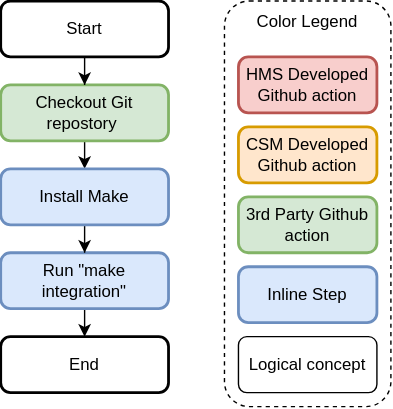
This is docs/run_integration_test/run_integration_tests_job.svg from Cray-HPE/hms-build-image-workflows, a draw.io export, as it was before one commit. Source tidied: cells renumbered, new cells last; positions are measured from the earlier drawing's top-left corner, leaving out a move shared by most shapes.
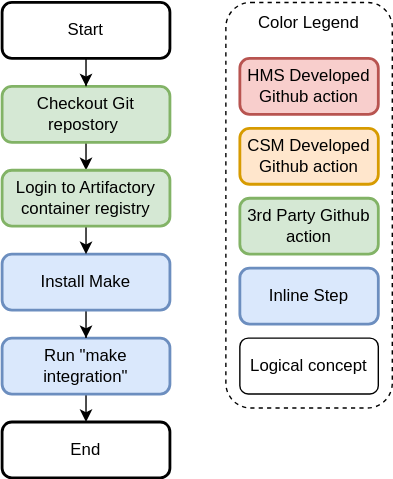
After the change.

What changed in the source:
```diff
@@ -20,16 +20,16 @@
       <mxGeometry relative="1" as="geometry" />
     </mxCell>
     <mxCell id="7" value="Run &quot;make integration&quot;" style="rounded=1;whiteSpace=wrap;html=1;absoluteArcSize=1;arcSize=14;strokeWidth=2;fillColor=#dae8fc;strokeColor=#6c8ebf;" parent="1" vertex="1">
-      <mxGeometry y="180" width="120" height="40" as="geometry" />
+      <mxGeometry y="240" width="120" height="40" as="geometry" />
     </mxCell>
     <mxCell id="8" style="edgeStyle=orthogonalEdgeStyle;rounded=0;jettySize=auto;html=1;exitX=0.5;exitY=1;exitDx=0;exitDy=0;" parent="1" edge="1" source="9" target="7">
       <mxGeometry relative="1" as="geometry" />
     </mxCell>
     <mxCell id="9" value="Install Make" style="rounded=1;whiteSpace=wrap;html=1;absoluteArcSize=1;arcSize=14;strokeWidth=2;fillColor=#dae8fc;strokeColor=#6c8ebf;" parent="1" vertex="1">
-      <mxGeometry y="120" width="120" height="40" as="geometry" />
+      <mxGeometry y="180" width="120" height="40" as="geometry" />
     </mxCell>
     <mxCell id="10" value="End" style="rounded=1;whiteSpace=wrap;html=1;absoluteArcSize=1;arcSize=14;strokeWidth=2;" parent="1" vertex="1">
-      <mxGeometry y="240" width="120" height="40" as="geometry" />
+      <mxGeometry y="300" width="120" height="40" as="geometry" />
     </mxCell>
     <mxCell id="11" style="rounded=1;whiteSpace=wrap;html=1;dashed=1;" parent="1" vertex="1">
       <mxGeometry x="160" width="119" height="290" as="geometry" />
@@ -52,5 +52,11 @@
     <mxCell id="17" value="Color Legend" style="text;html=1;strokeColor=none;fillColor=none;align=center;verticalAlign=middle;whiteSpace=wrap;rounded=0;" parent="1" vertex="1">
       <mxGeometry x="170" width="99" height="30" as="geometry" />
     </mxCell>
+    <mxCell id="18" style="edgeStyle=orthogonalEdgeStyle;rounded=0;jettySize=auto;html=1;exitX=0.5;exitY=1;exitDx=0;exitDy=0;entryX=0.5;entryY=0;entryDx=0;entryDy=0;" parent="1" edge="1" source="19" target="9">
+      <mxGeometry relative="1" as="geometry" />
+    </mxCell>
+    <mxCell id="19" value="&lt;span&gt;Login to Artifactory container registry&lt;/span&gt;" style="rounded=1;whiteSpace=wrap;html=1;absoluteArcSize=1;arcSize=14;strokeWidth=2;fillColor=#d5e8d4;strokeColor=#82b366;" parent="1" vertex="1">
+      <mxGeometry y="120" width="120" height="40" as="geometry" />
+    </mxCell>
   </root>
 </mxGraphModel>
```
